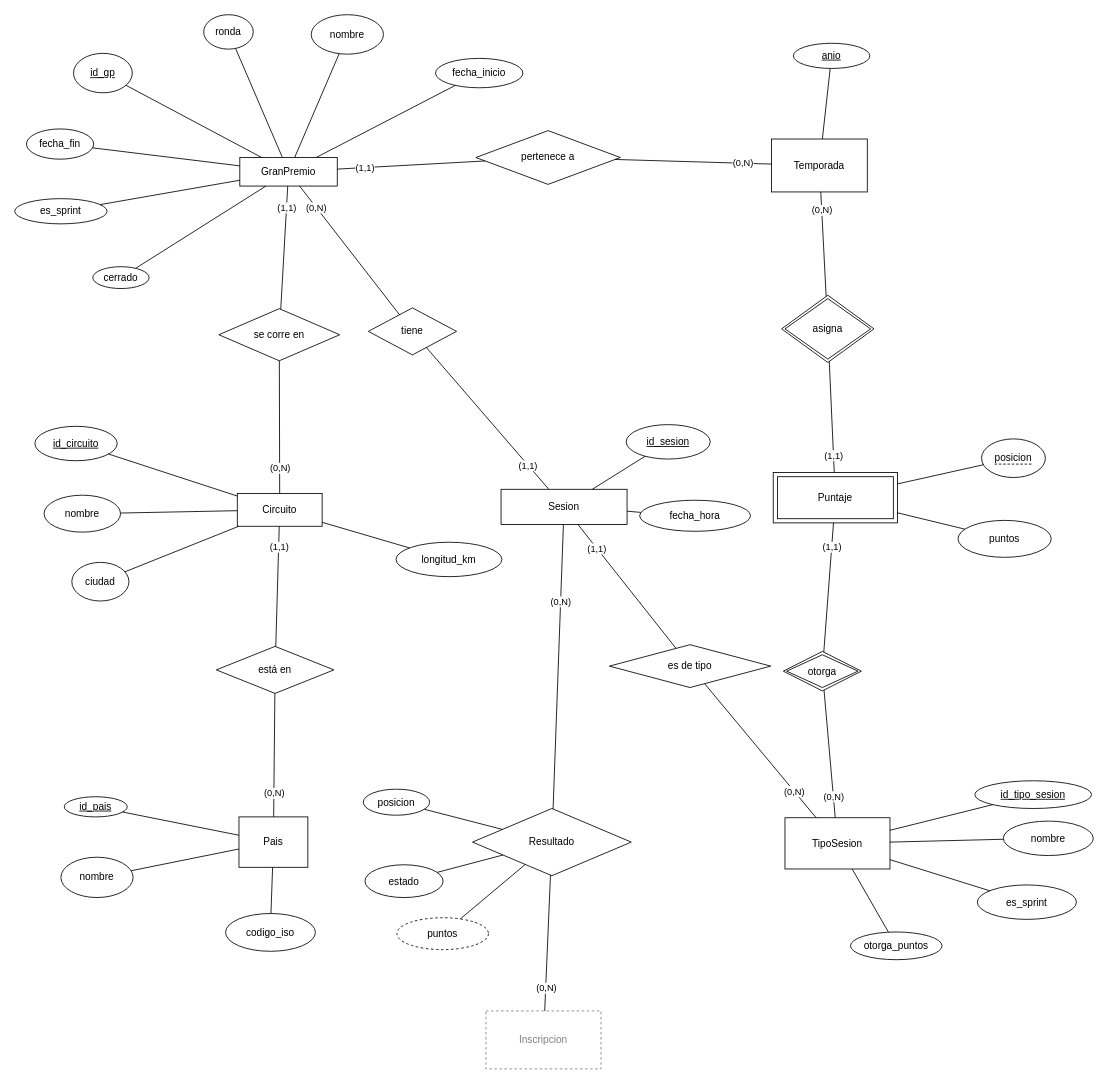
This is page "Deportiva" (2 of 5) of doc/der/der.drawio from jpsam4/Formula-1-IngDatos, a draw.io file, before an edit. Source tidied: cells renumbered, new cells numbered last; positions are measured from the earlier drawing's top-left corner, leaving out a move shared by most shapes. Both pictures are drawn from the tidied source at 84%, with x=0, y=0 at pixel (14, 14).
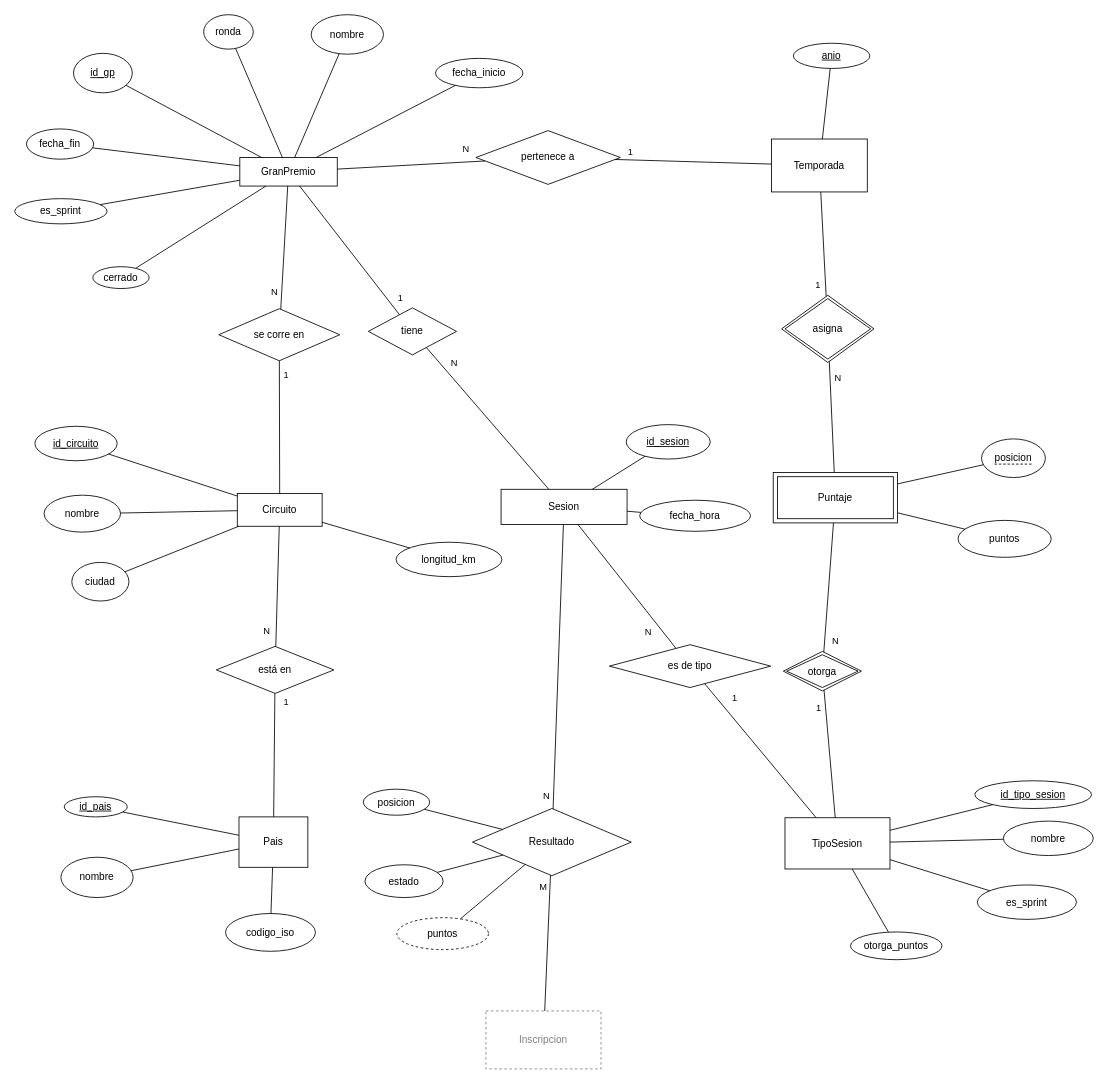
The same diagram, later.

The change refers to these unchanged cells:
```xml
<mxCell id="21" style="endArrow=none;html=1;rounded=0;" parent="1" edge="1" source="20" target="2">
  <mxGeometry relative="1" as="geometry" />
</mxCell>
<mxCell id="23" style="endArrow=none;html=1;rounded=0;" parent="1" edge="1" source="20" target="17">
  <mxGeometry relative="1" as="geometry" />
</mxCell>
<mxCell id="35" style="endArrow=none;html=1;rounded=0;" parent="1" edge="1" source="34" target="2">
  <mxGeometry relative="1" as="geometry" />
</mxCell>
<mxCell id="37" style="endArrow=none;html=1;rounded=0;" parent="1" edge="1" source="34" target="25">
  <mxGeometry relative="1" as="geometry" />
</mxCell>
<mxCell id="47" style="endArrow=none;html=1;rounded=0;" parent="1" edge="1" source="46" target="25">
  <mxGeometry relative="1" as="geometry" />
</mxCell>
<mxCell id="49" style="endArrow=none;html=1;rounded=0;" parent="1" edge="1" source="46" target="39">
  <mxGeometry relative="1" as="geometry" />
</mxCell>
<mxCell id="57" style="endArrow=none;html=1;rounded=0;" parent="1" edge="1" source="56" target="17">
  <mxGeometry relative="1" as="geometry" />
</mxCell>
<mxCell id="59" style="endArrow=none;html=1;rounded=0;" parent="1" edge="1" source="56" target="51">
  <mxGeometry relative="1" as="geometry" />
</mxCell>
<mxCell id="71" style="endArrow=none;html=1;rounded=0;" parent="1" edge="1" source="70" target="61">
  <mxGeometry relative="1" as="geometry" />
</mxCell>
<mxCell id="73" style="endArrow=none;html=1;rounded=0;" parent="1" edge="1" source="70" target="51">
  <mxGeometry relative="1" as="geometry" />
</mxCell>
<mxCell id="81" style="endArrow=none;html=1;rounded=0;" parent="1" edge="1" source="80" target="2">
  <mxGeometry relative="1" as="geometry" />
</mxCell>
<mxCell id="83" style="endArrow=none;html=1;rounded=0;" parent="1" edge="1" source="80" target="75">
  <mxGeometry relative="1" as="geometry" />
</mxCell>
<mxCell id="86" style="endArrow=none;html=1;rounded=0;" parent="1" edge="1" source="85" target="75">
  <mxGeometry relative="1" as="geometry" />
</mxCell>
<mxCell id="88" style="endArrow=none;html=1;rounded=0;" parent="1" edge="1" source="85" target="61">
  <mxGeometry relative="1" as="geometry" />
</mxCell>
<mxCell id="92" style="endArrow=none;html=1;rounded=0;" parent="1" edge="1" source="91" target="75">
  <mxGeometry relative="1" as="geometry" />
</mxCell>
<mxCell id="94" style="endArrow=none;html=1;rounded=0;" parent="1" edge="1" source="91" target="90">
  <mxGeometry relative="1" as="geometry" />
</mxCell>
```

Diff of the diagram source:
```diff
@@
-    <mxCell id="22" value="(1,1)" style="edgeLabel;html=1;align=center;verticalAlign=middle;labelBackgroundColor=#ffffff;" parent="21" vertex="1">
-      <mxGeometry x="0.63" relative="1" as="geometry" />
+    <mxCell id="22" value="N" style="text;html=1;align=center;verticalAlign=middle;fontSize=11;" parent="1" vertex="1">
+      <mxGeometry x="529" y="152" width="16" height="16" as="geometry" />
     </mxCell>
@@
-    <mxCell id="24" value="(0,N)" style="edgeLabel;html=1;align=center;verticalAlign=middle;labelBackgroundColor=#ffffff;" parent="23" vertex="1">
-      <mxGeometry x="0.63" relative="1" as="geometry" />
+    <mxCell id="24" value="1" style="text;html=1;align=center;verticalAlign=middle;fontSize=11;" parent="1" vertex="1">
+      <mxGeometry x="725" y="155" width="16" height="16" as="geometry" />
     </mxCell>
@@
-    <mxCell id="36" value="(1,1)" style="edgeLabel;html=1;align=center;verticalAlign=middle;labelBackgroundColor=#ffffff;" parent="35" vertex="1">
-      <mxGeometry x="0.64" relative="1" as="geometry" />
+    <mxCell id="36" value="N" style="text;html=1;align=center;verticalAlign=middle;fontSize=11;" parent="1" vertex="1">
+      <mxGeometry x="301" y="322" width="16" height="16" as="geometry" />
     </mxCell>
@@
-    <mxCell id="38" value="(0,N)" style="edgeLabel;html=1;align=center;verticalAlign=middle;labelBackgroundColor=#ffffff;" parent="37" vertex="1">
-      <mxGeometry x="0.62" relative="1" as="geometry" />
+    <mxCell id="38" value="1" style="text;html=1;align=center;verticalAlign=middle;fontSize=11;" parent="1" vertex="1">
+      <mxGeometry x="315" y="421" width="16" height="16" as="geometry" />
     </mxCell>
@@
-    <mxCell id="48" value="(1,1)" style="edgeLabel;html=1;align=center;verticalAlign=middle;labelBackgroundColor=#ffffff;" parent="47" vertex="1">
-      <mxGeometry x="0.66" relative="1" as="geometry" />
+    <mxCell id="48" value="N" style="text;html=1;align=center;verticalAlign=middle;fontSize=11;" parent="1" vertex="1">
+      <mxGeometry x="292" y="726" width="16" height="16" as="geometry" />
     </mxCell>
@@
-    <mxCell id="50" value="(0,N)" style="edgeLabel;html=1;align=center;verticalAlign=middle;labelBackgroundColor=#ffffff;" parent="49" vertex="1">
-      <mxGeometry x="0.62" relative="1" as="geometry" />
+    <mxCell id="50" value="1" style="text;html=1;align=center;verticalAlign=middle;fontSize=11;" parent="1" vertex="1">
+      <mxGeometry x="315" y="810" width="16" height="16" as="geometry" />
     </mxCell>
@@
-    <mxCell id="58" value="(0,N)" style="edgeLabel;html=1;align=center;verticalAlign=middle;labelBackgroundColor=#ffffff;" parent="57" vertex="1">
-      <mxGeometry x="0.65" relative="1" as="geometry" />
+    <mxCell id="58" value="1" style="text;html=1;align=center;verticalAlign=middle;fontSize=11;" parent="1" vertex="1">
+      <mxGeometry x="948" y="314" width="16" height="16" as="geometry" />
     </mxCell>
@@
-    <mxCell id="60" value="(1,1)" style="edgeLabel;html=1;align=center;verticalAlign=middle;labelBackgroundColor=#ffffff;" parent="59" vertex="1">
-      <mxGeometry x="0.69" relative="1" as="geometry" />
+    <mxCell id="60" value="N" style="text;html=1;align=center;verticalAlign=middle;fontSize=11;" parent="1" vertex="1">
+      <mxGeometry x="972" y="425" width="16" height="16" as="geometry" />
     </mxCell>
@@
-    <mxCell id="72" value="(0,N)" style="edgeLabel;html=1;align=center;verticalAlign=middle;labelBackgroundColor=#ffffff;" parent="71" vertex="1">
-      <mxGeometry x="0.66" relative="1" as="geometry" />
+    <mxCell id="72" value="1" style="text;html=1;align=center;verticalAlign=middle;fontSize=11;" parent="1" vertex="1">
+      <mxGeometry x="949" y="817" width="16" height="16" as="geometry" />
     </mxCell>
@@
-    <mxCell id="74" value="(1,1)" style="edgeLabel;html=1;align=center;verticalAlign=middle;labelBackgroundColor=#ffffff;" parent="73" vertex="1">
-      <mxGeometry x="0.63" relative="1" as="geometry" />
+    <mxCell id="74" value="N" style="text;html=1;align=center;verticalAlign=middle;fontSize=11;" parent="1" vertex="1">
+      <mxGeometry x="969" y="738" width="16" height="16" as="geometry" />
     </mxCell>
@@
-    <mxCell id="82" value="(0,N)" style="edgeLabel;html=1;align=center;verticalAlign=middle;labelBackgroundColor=#ffffff;" parent="81" vertex="1">
-      <mxGeometry x="0.67" relative="1" as="geometry" />
+    <mxCell id="82" value="1" style="text;html=1;align=center;verticalAlign=middle;fontSize=11;" parent="1" vertex="1">
+      <mxGeometry x="451" y="329" width="16" height="16" as="geometry" />
     </mxCell>
@@
-    <mxCell id="84" value="(1,1)" style="edgeLabel;html=1;align=center;verticalAlign=middle;labelBackgroundColor=#ffffff;" parent="83" vertex="1">
-      <mxGeometry x="0.66" relative="1" as="geometry" />
+    <mxCell id="84" value="N" style="text;html=1;align=center;verticalAlign=middle;fontSize=11;" parent="1" vertex="1">
+      <mxGeometry x="515" y="407" width="16" height="16" as="geometry" />
     </mxCell>
@@
-    <mxCell id="87" value="(1,1)" style="edgeLabel;html=1;align=center;verticalAlign=middle;labelBackgroundColor=#ffffff;" parent="86" vertex="1">
-      <mxGeometry x="0.62" relative="1" as="geometry" />
+    <mxCell id="87" value="N" style="text;html=1;align=center;verticalAlign=middle;fontSize=11;" parent="1" vertex="1">
+      <mxGeometry x="746" y="727" width="16" height="16" as="geometry" />
     </mxCell>
@@
-    <mxCell id="89" value="(0,N)" style="edgeLabel;html=1;align=center;verticalAlign=middle;labelBackgroundColor=#ffffff;" parent="88" vertex="1">
-      <mxGeometry x="0.6" relative="1" as="geometry" />
+    <mxCell id="89" value="1" style="text;html=1;align=center;verticalAlign=middle;fontSize=11;" parent="1" vertex="1">
+      <mxGeometry x="849" y="806" width="16" height="16" as="geometry" />
     </mxCell>
@@
-    <mxCell id="93" value="(0,N)" style="edgeLabel;html=1;align=center;verticalAlign=middle;labelBackgroundColor=#ffffff;" parent="92" vertex="1">
-      <mxGeometry x="0.46" relative="1" as="geometry" />
+    <mxCell id="93" value="N" style="text;html=1;align=center;verticalAlign=middle;fontSize=11;" parent="1" vertex="1">
+      <mxGeometry x="625" y="922" width="16" height="16" as="geometry" />
     </mxCell>
@@
-    <mxCell id="95" value="(0,N)" style="edgeLabel;html=1;align=center;verticalAlign=middle;labelBackgroundColor=#ffffff;" parent="94" vertex="1">
-      <mxGeometry x="0.65" relative="1" as="geometry" />
+    <mxCell id="95" value="M" style="text;html=1;align=center;verticalAlign=middle;fontSize=11;" parent="1" vertex="1">
+      <mxGeometry x="621" y="1031" width="16" height="16" as="geometry" />
     </mxCell>
```
